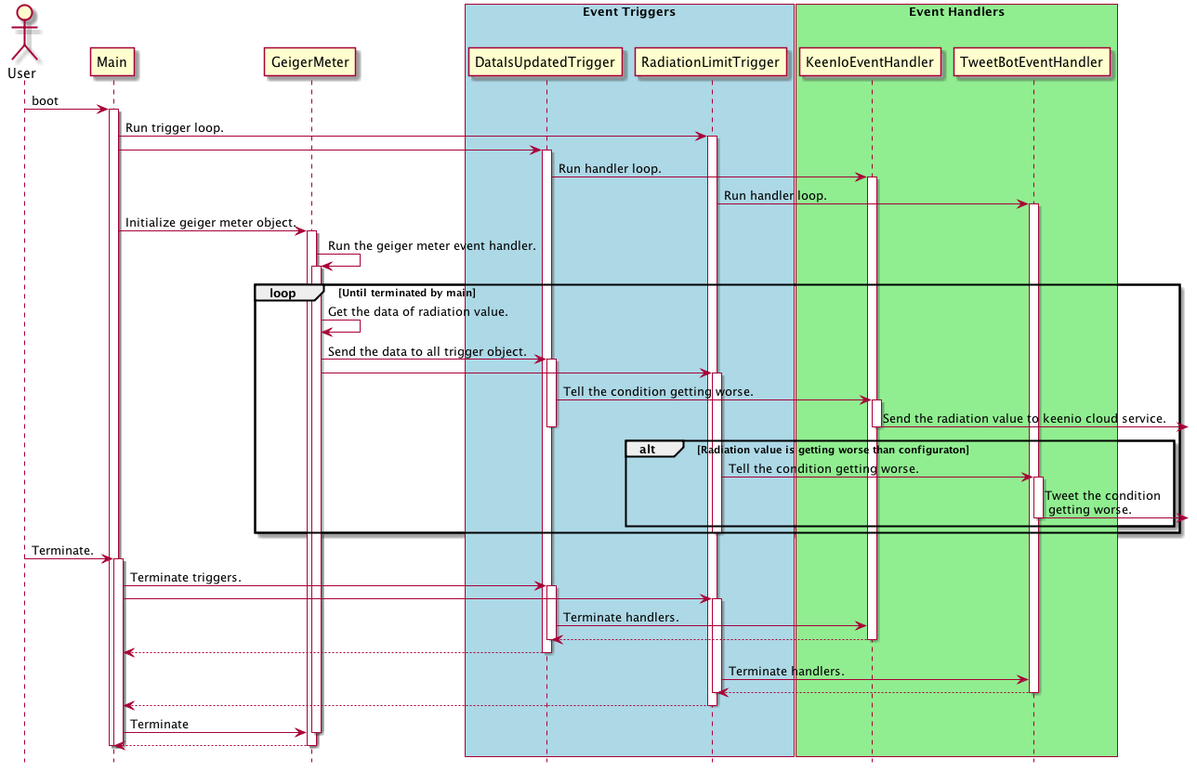
Earlier version of the PlantUML export doc/sequence.png (dodo5522/radiation_monitor).
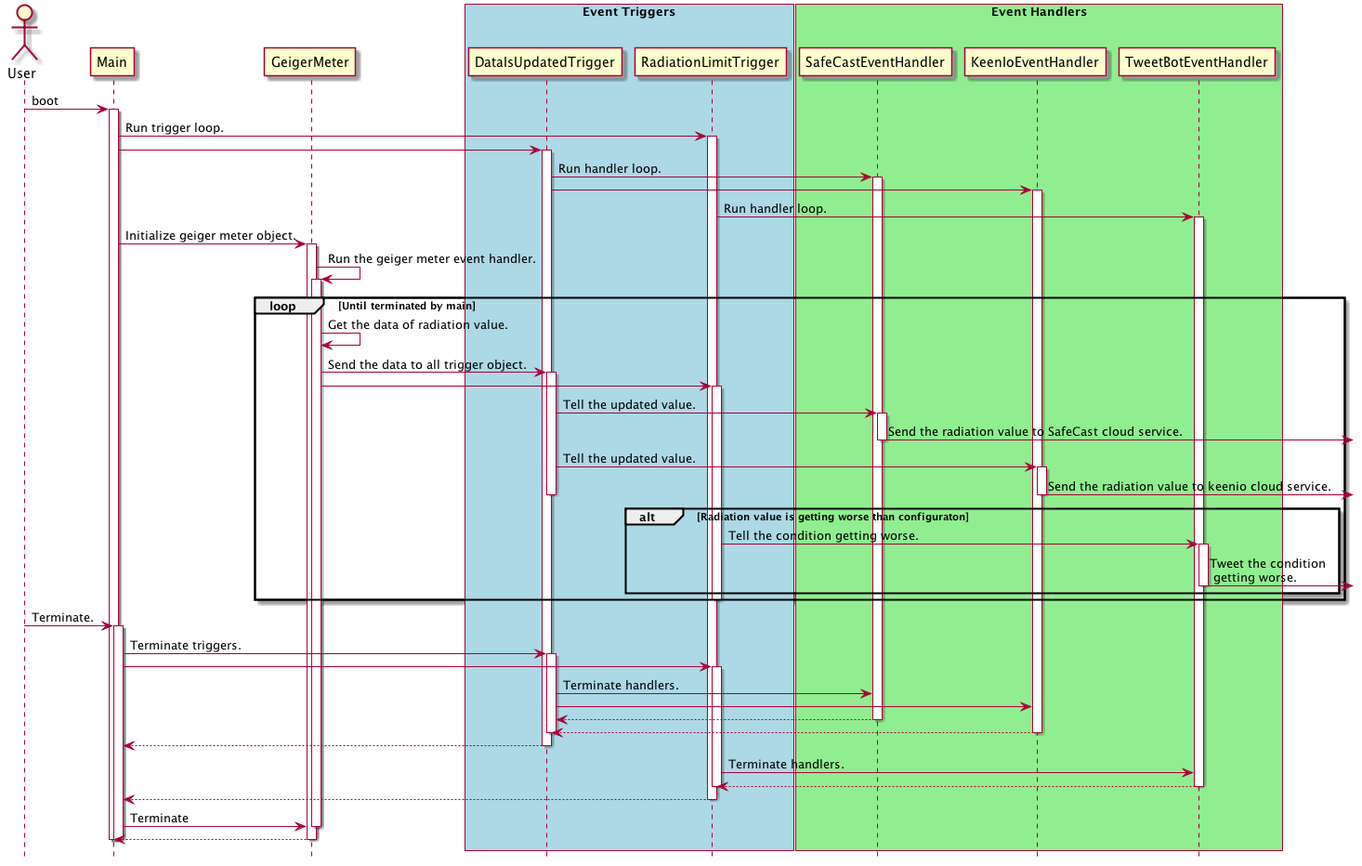
The same file after the commit.

Commit message:
Add SafeCastEventHandler sequence.

What changed in the source:
```diff
@@ -12,6 +12,7 @@
     participant RadiationLimitTrigger
 end box
 box "Event Handlers" #LightGreen
+    participant SafeCastEventHandler
     participant KeenIoEventHandler
     participant TweetBotEventHandler
 end box
@@ -24,7 +25,9 @@
 Main -> DataIsUpdatedTrigger
 activate DataIsUpdatedTrigger
 
-DataIsUpdatedTrigger -> KeenIoEventHandler : Run handler loop.
+DataIsUpdatedTrigger -> SafeCastEventHandler : Run handler loop.
+activate SafeCastEventHandler
+DataIsUpdatedTrigger -> KeenIoEventHandler
 activate KeenIoEventHandler
 RadiationLimitTrigger -> TweetBotEventHandler : Run handler loop.
 activate TweetBotEventHandler
@@ -41,7 +44,11 @@
     GeigerMeter -> RadiationLimitTrigger
     activate RadiationLimitTrigger
 
-    DataIsUpdatedTrigger -> KeenIoEventHandler : Tell the condition getting worse.
+    DataIsUpdatedTrigger -> SafeCastEventHandler : Tell the updated value.
+    activate SafeCastEventHandler
+    SafeCastEventHandler ->] : Send the radiation value to SafeCast cloud service.
+    deactivate SafeCastEventHandler
+    DataIsUpdatedTrigger -> KeenIoEventHandler : Tell the updated value.
     activate KeenIoEventHandler
     KeenIoEventHandler ->] : Send the radiation value to keenio cloud service.
     deactivate KeenIoEventHandler
@@ -62,7 +69,10 @@
 activate DataIsUpdatedTrigger
 Main -> RadiationLimitTrigger
 activate RadiationLimitTrigger
-DataIsUpdatedTrigger -> KeenIoEventHandler : Terminate handlers.
+DataIsUpdatedTrigger -> SafeCastEventHandler : Terminate handlers.
+DataIsUpdatedTrigger -> KeenIoEventHandler
+DataIsUpdatedTrigger <-- SafeCastEventHandler
+deactivate SafeCastEventHandler
 DataIsUpdatedTrigger <-- KeenIoEventHandler
 deactivate KeenIoEventHandler
 deactivate DataIsUpdatedTrigger
```
